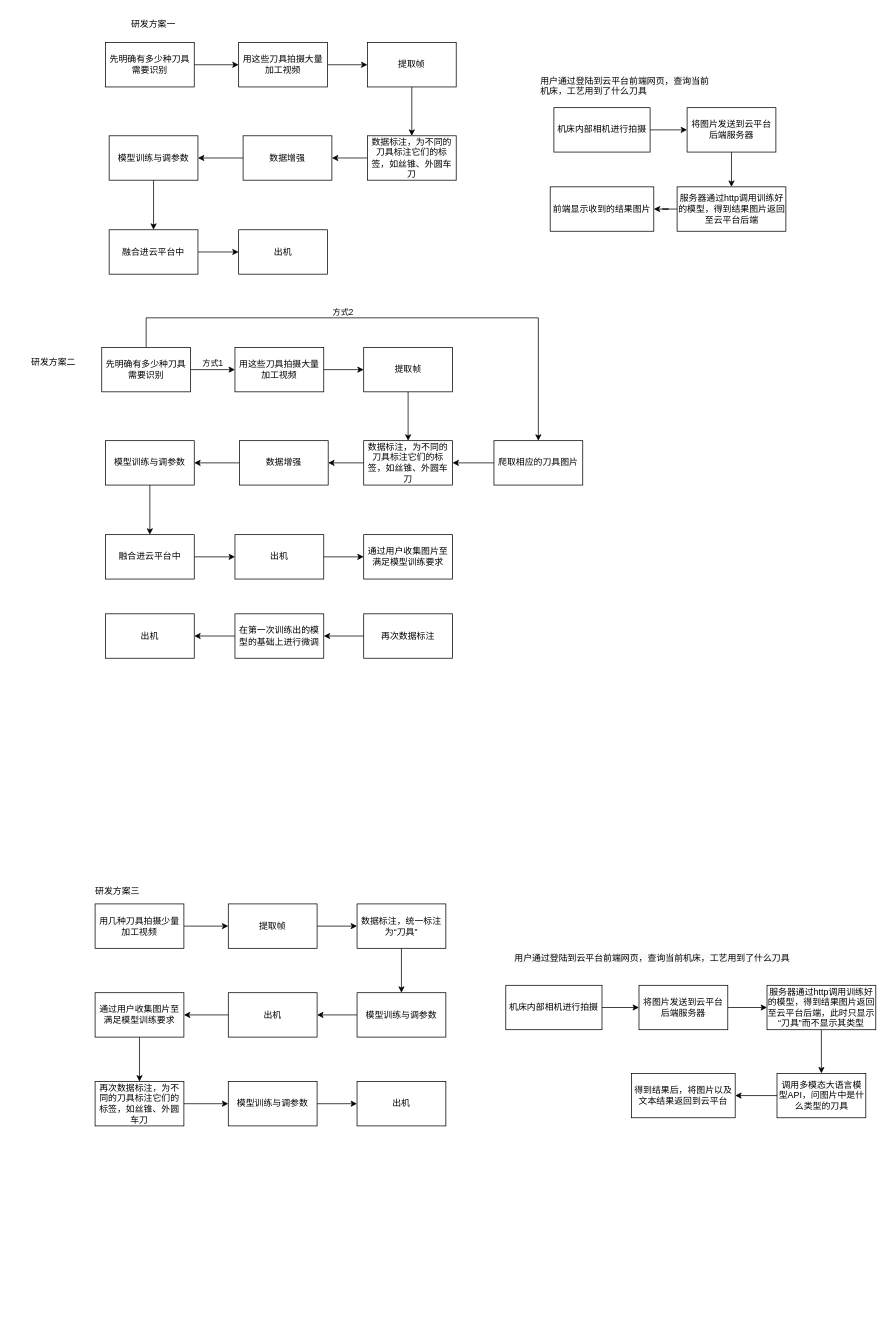
Above: 未命名绘图.drawio in llxgdtop/weblab-project (draw.io), before the change. Source tidied: cells renumbered, new cells numbered last; positions are measured from the earlier drawing's top-left corner, leaving out a move shared by most shapes. Both pictures are drawn from the tidied source at 74%, with x=0, y=0 at pixel (13, 13).
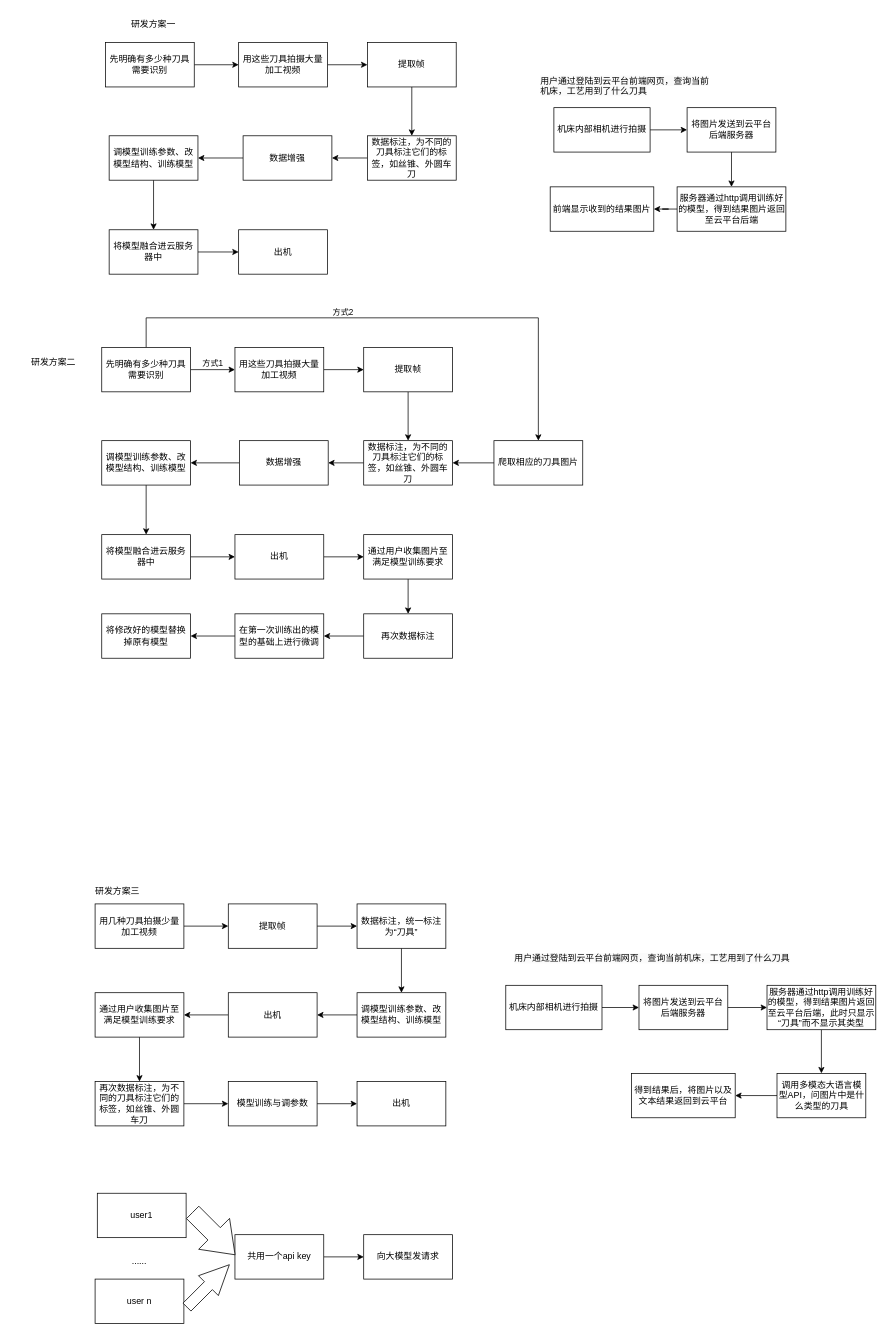
Above is the later version.

Commit message:
更新未命名绘图.drawio

Unchanged cells that the change refers to:
```xml
<mxCell id="18" value="数据标注，统一标注为“刀具”" style="rounded=0;whiteSpace=wrap;html=1;" parent="1" vertex="1">
  <mxGeometry x="465" y="1204" width="120" height="60" as="geometry" />
</mxCell>
<mxCell id="23" value="出机" style="rounded=0;whiteSpace=wrap;html=1;" parent="1" vertex="1">
  <mxGeometry x="291" y="1324" width="120" height="60" as="geometry" />
</mxCell>
<mxCell id="60" value="数据增强" style="rounded=0;whiteSpace=wrap;html=1;" parent="1" vertex="1">
  <mxGeometry x="306" y="578" width="120" height="60" as="geometry" />
</mxCell>
<mxCell id="64" value="出机" style="rounded=0;whiteSpace=wrap;html=1;" parent="1" vertex="1">
  <mxGeometry x="300" y="705" width="120" height="60" as="geometry" />
</mxCell>
<mxCell id="77" value="通过用户收集图片至满足模型训练要求" style="rounded=0;whiteSpace=wrap;html=1;" parent="1" vertex="1">
  <mxGeometry x="474" y="705" width="120" height="60" as="geometry" />
</mxCell>
<mxCell id="79" value="再次数据标注" style="rounded=0;whiteSpace=wrap;html=1;" parent="1" vertex="1">
  <mxGeometry x="474" y="812" width="120" height="60" as="geometry" />
</mxCell>
```

Diff of the diagram source:
```diff
@@
-    <mxCell id="9" value="模型训练与调参数" style="rounded=0;whiteSpace=wrap;html=1;" parent="1" vertex="1">
+    <mxCell id="9" value="调模型训练参数、改模型结构、训练模型" style="rounded=0;whiteSpace=wrap;html=1;" parent="1" vertex="1">
       <mxGeometry x="130" y="166" width="120" height="60" as="geometry" />
     </mxCell>
@@
-    <mxCell id="17" style="edgeStyle=orthogonalEdgeStyle;rounded=0;jettySize=auto;html=1;" parent="1" edge="1" source="18" target="21">
-      <mxGeometry relative="1" as="geometry" />
-    </mxCell>
+    <mxCell id="83" style="edgeStyle=orthogonalEdgeStyle;rounded=0;jettySize=auto;html=1;" parent="1" edge="1" source="18" target="91">
+      <mxGeometry relative="1" as="geometry" />
+    </mxCell>
@@
-    <mxCell id="20" style="edgeStyle=orthogonalEdgeStyle;rounded=0;jettySize=auto;html=1;" parent="1" edge="1" source="21" target="23">
-      <mxGeometry relative="1" as="geometry" />
-    </mxCell>
-    <mxCell id="21" value="模型训练与调参数" style="rounded=0;whiteSpace=wrap;html=1;" parent="1" vertex="1">
-      <mxGeometry x="465" y="1324" width="120" height="60" as="geometry" />
-    </mxCell>
@@
-    <mxCell id="52" value="融合进云平台中" style="rounded=0;whiteSpace=wrap;html=1;" parent="1" vertex="1">
+    <mxCell id="52" value="将模型融合进云服务器中" style="rounded=0;whiteSpace=wrap;html=1;" parent="1" vertex="1">
       <mxGeometry x="130" y="293" width="120" height="60" as="geometry" />
     </mxCell>
@@
-    <mxCell id="59" style="edgeStyle=orthogonalEdgeStyle;rounded=0;jettySize=auto;html=1;" parent="1" edge="1" source="60" target="62">
-      <mxGeometry relative="1" as="geometry" />
-    </mxCell>
+    <mxCell id="84" style="edgeStyle=orthogonalEdgeStyle;rounded=0;jettySize=auto;html=1;" parent="1" edge="1" source="60" target="87">
+      <mxGeometry relative="1" as="geometry" />
+    </mxCell>
@@
-    <mxCell id="61" style="edgeStyle=orthogonalEdgeStyle;rounded=0;jettySize=auto;html=1;" parent="1" edge="1" source="62" target="72">
-      <mxGeometry relative="1" as="geometry" />
-    </mxCell>
-    <mxCell id="62" value="模型训练与调参数" style="rounded=0;whiteSpace=wrap;html=1;" parent="1" vertex="1">
-      <mxGeometry x="125" y="578" width="120" height="60" as="geometry" />
-    </mxCell>
@@
-    <mxCell id="71" style="edgeStyle=orthogonalEdgeStyle;rounded=0;jettySize=auto;html=1;" parent="1" edge="1" source="72" target="64">
-      <mxGeometry relative="1" as="geometry" />
-    </mxCell>
-    <mxCell id="72" value="融合进云平台中" style="rounded=0;whiteSpace=wrap;html=1;" parent="1" vertex="1">
-      <mxGeometry x="125" y="705" width="120" height="60" as="geometry" />
-    </mxCell>
@@
+    <mxCell id="85" style="edgeStyle=orthogonalEdgeStyle;rounded=0;jettySize=auto;html=1;" parent="1" edge="1" source="77" target="79">
+      <mxGeometry relative="1" as="geometry" />
+    </mxCell>
@@
-    <mxCell id="82" value="出机" style="rounded=0;whiteSpace=wrap;html=1;" parent="1" vertex="1">
-      <mxGeometry x="125" y="812" width="120" height="60" as="geometry" />
+    <mxCell id="82" value="将修改好的模型替换掉原有模型" style="rounded=0;whiteSpace=wrap;html=1;" parent="1" vertex="1">
+      <mxGeometry x="120" y="812" width="120" height="60" as="geometry" />
     </mxCell>
+    <mxCell id="86" style="edgeStyle=orthogonalEdgeStyle;rounded=0;jettySize=auto;html=1;" parent="1" edge="1" source="87" target="89">
+      <mxGeometry relative="1" as="geometry" />
+    </mxCell>
+    <mxCell id="87" value="调模型训练参数、改模型结构、训练模型" style="rounded=0;whiteSpace=wrap;html=1;" parent="1" vertex="1">
+      <mxGeometry x="120" y="578" width="120" height="60" as="geometry" />
+    </mxCell>
+    <mxCell id="88" style="edgeStyle=orthogonalEdgeStyle;rounded=0;jettySize=auto;html=1;" parent="1" edge="1" source="89" target="64">
+      <mxGeometry relative="1" as="geometry" />
+    </mxCell>
+    <mxCell id="89" value="将模型融合进云服务器中" style="rounded=0;whiteSpace=wrap;html=1;" parent="1" vertex="1">
+      <mxGeometry x="120" y="705" width="120" height="60" as="geometry" />
+    </mxCell>
+    <mxCell id="90" style="edgeStyle=orthogonalEdgeStyle;rounded=0;jettySize=auto;html=1;" parent="1" edge="1" source="91" target="23">
+      <mxGeometry relative="1" as="geometry" />
+    </mxCell>
+    <mxCell id="91" value="调模型训练参数、改模型结构、训练模型" style="rounded=0;whiteSpace=wrap;html=1;" parent="1" vertex="1">
+      <mxGeometry x="465" y="1324" width="120" height="60" as="geometry" />
+    </mxCell>
+    <mxCell id="92" value="user1" style="rounded=0;whiteSpace=wrap;html=1;" parent="1" vertex="1">
+      <mxGeometry x="114" y="1595" width="120" height="60" as="geometry" />
+    </mxCell>
+    <mxCell id="93" value="user n" style="rounded=0;whiteSpace=wrap;html=1;" parent="1" vertex="1">
+      <mxGeometry x="111" y="1711" width="120" height="60" as="geometry" />
+    </mxCell>
+    <mxCell id="94" value="......" style="text;html=1;align=center;verticalAlign=middle;whiteSpace=wrap;rounded=0;" parent="1" vertex="1">
+      <mxGeometry x="141" y="1672" width="60" height="30" as="geometry" />
+    </mxCell>
+    <mxCell id="95" style="edgeStyle=orthogonalEdgeStyle;rounded=0;jettySize=auto;html=1;" parent="1" edge="1" source="96" target="99">
+      <mxGeometry relative="1" as="geometry" />
+    </mxCell>
+    <mxCell id="96" value="共用一个api key" style="rounded=0;whiteSpace=wrap;html=1;" parent="1" vertex="1">
+      <mxGeometry x="300" y="1651" width="120" height="60" as="geometry" />
+    </mxCell>
+    <mxCell id="97" style="html=1;shadow=0;dashed=0;align=center;verticalAlign=middle;shape=mxgraph.arrows2.arrow;dy=0.6;dx=40;notch=0;rotation=-45;" parent="1" vertex="1">
+      <mxGeometry x="223.3" y="1701.2" width="81" height="38" as="geometry" />
+    </mxCell>
+    <mxCell id="98" style="html=1;shadow=0;dashed=0;align=center;verticalAlign=middle;shape=mxgraph.arrows2.arrow;dy=0.6;dx=40;notch=0;rotation=45;" parent="1" vertex="1">
+      <mxGeometry x="231" y="1620" width="81" height="59" as="geometry" />
+    </mxCell>
+    <mxCell id="99" value="向大模型发请求" style="rounded=0;whiteSpace=wrap;html=1;" parent="1" vertex="1">
+      <mxGeometry x="474" y="1651" width="120" height="60" as="geometry" />
+    </mxCell>
```
